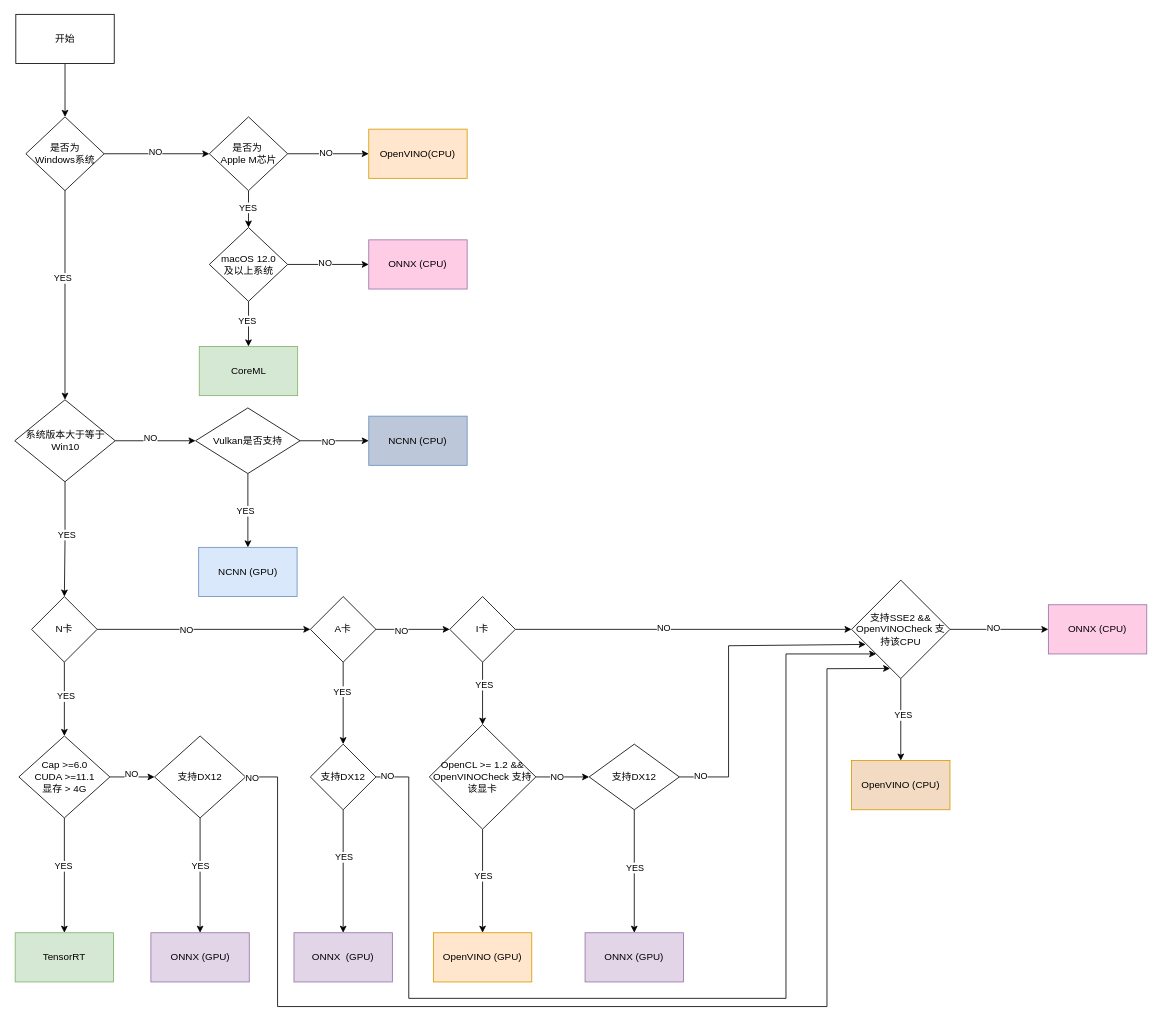
Earlier version of the draw.io diagram uml.drawio (macfanr/drawio). Source tidied: cells renumbered, new cells numbered last; positions are measured from the earlier drawing's top-left corner, leaving out a move shared by most shapes. Both pictures are drawn from the tidied source at 82%, with x=0, y=0 at pixel (15, 14).
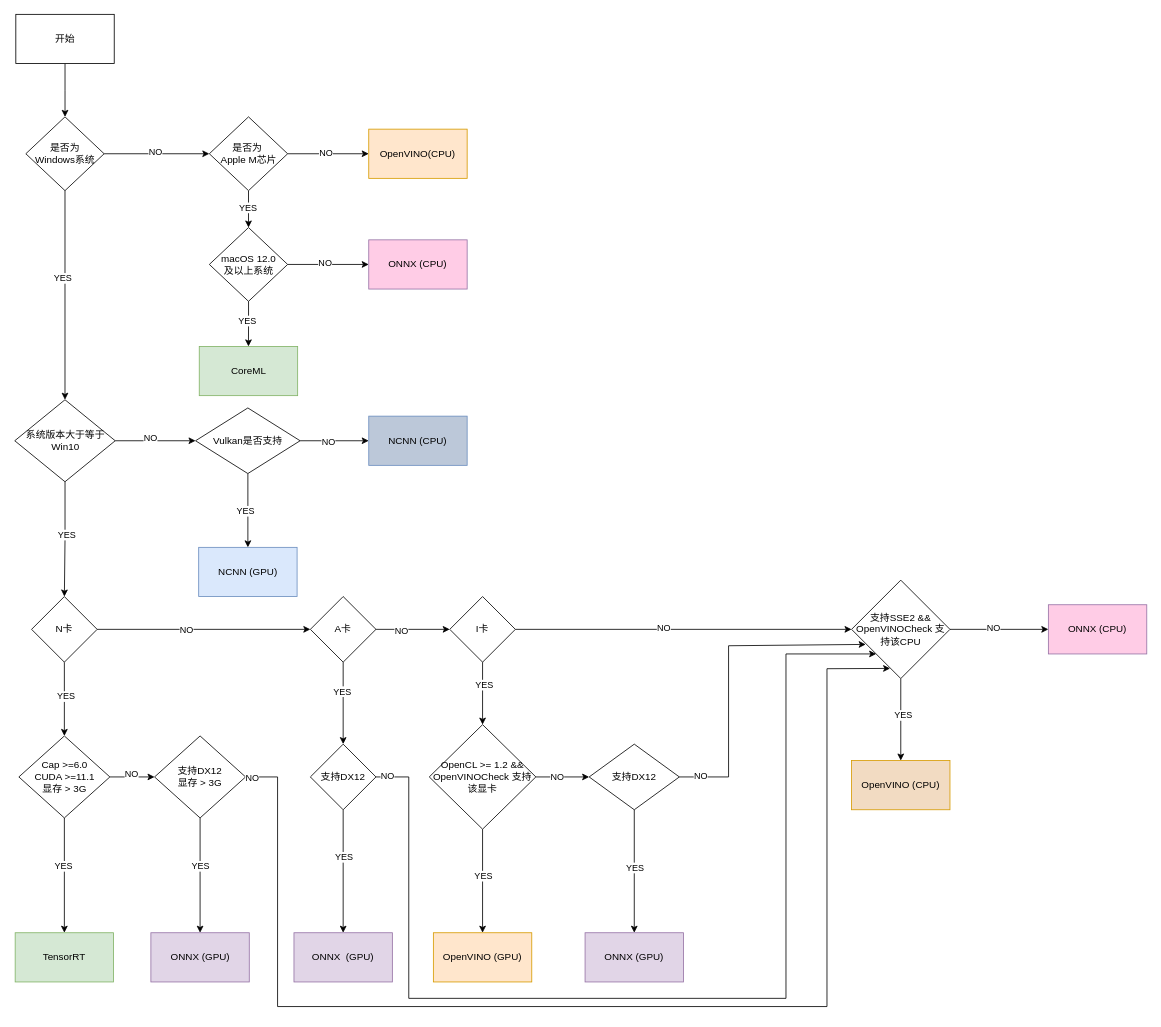
After the change.

The edit, as a diff of the source:
```diff
@@
-    <mxCell id="35" value="Cap &amp;gt;=6.0&lt;br&gt;CUDA &amp;gt;=11.1&lt;div&gt;显存 &amp;gt; 4G&lt;/div&gt;" style="rhombus;whiteSpace=wrap;html=1;" parent="1" vertex="1">
+    <mxCell id="35" value="Cap &amp;gt;=6.0&lt;br&gt;CUDA &amp;gt;=11.1&lt;div&gt;显存 &amp;gt; 3G&lt;/div&gt;" style="rhombus;whiteSpace=wrap;html=1;" parent="1" vertex="1">
       <mxGeometry x="4.5" y="880" width="111" height="100" as="geometry" />
     </mxCell>
@@
-    <mxCell id="38" value="支持DX12" style="rhombus;whiteSpace=wrap;html=1;" parent="1" vertex="1">
+    <mxCell id="38" value="支持DX12&lt;div&gt;显存 &amp;gt; 3G&lt;br&gt;&lt;/div&gt;" style="rhombus;whiteSpace=wrap;html=1;" parent="1" vertex="1">
       <mxGeometry x="170" y="880" width="111" height="100" as="geometry" />
     </mxCell>
```
